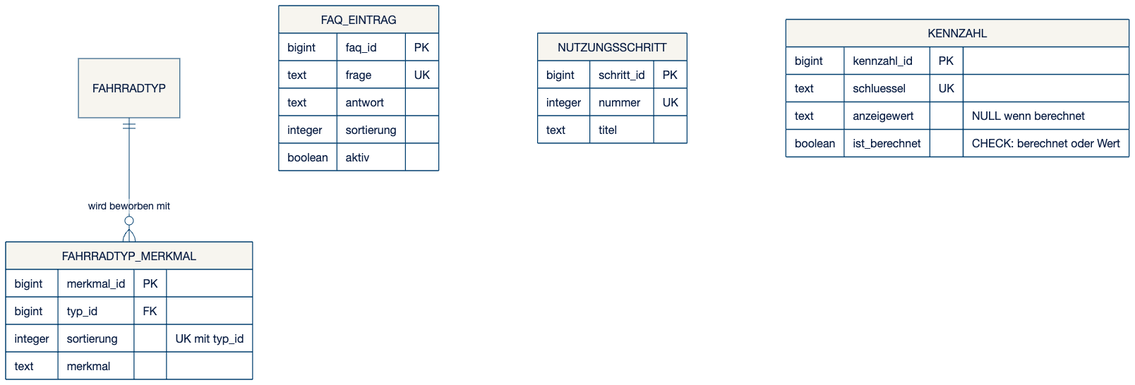
This is slides/assets/rel-f-inhalte.png from swrobuts/velocity-fallstudie, a Mermaid export, as it was before one commit. Its source is kept beside it as doku/datenmodell/erd/rel-f-inhalte.mmd. Its diagram source:
```mermaid
erDiagram
    FAHRRADTYP ||--o{ FAHRRADTYP_MERKMAL : "wird beworben mit"

    FAQ_EINTRAG {
        bigint  faq_id     PK
        text    frage      UK
        text    antwort
        integer sortierung
        boolean aktiv
    }
    NUTZUNGSSCHRITT {
        bigint  schritt_id PK
        integer nummer     UK
        text    titel
    }
    KENNZAHL {
        bigint  kennzahl_id   PK
        text    schluessel    UK
        text    anzeigewert   "NULL wenn berechnet"
        boolean ist_berechnet "CHECK: berechnet oder Wert"
    }
    FAHRRADTYP_MERKMAL {
        bigint  merkmal_id PK
        bigint  typ_id     FK
        integer sortierung "UK mit typ_id"
        text    merkmal
    }
```
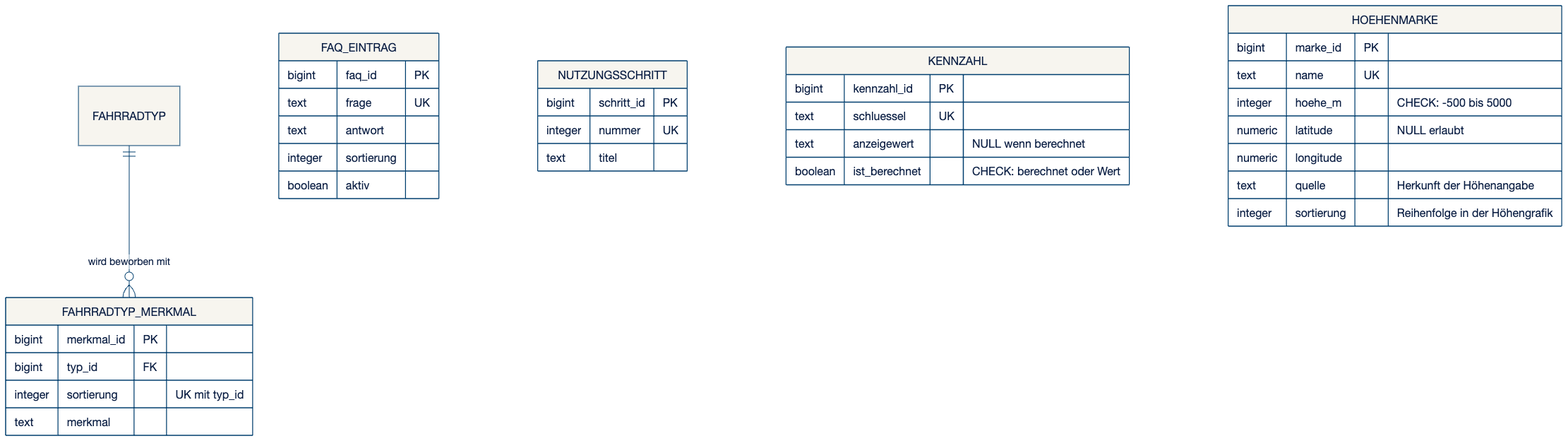
After the change.

Diff of the diagram source:
```diff
@@ -25,3 +25,12 @@
         integer sortierung "UK mit typ_id"
         text    merkmal
     }
+    HOEHENMARKE {
+        bigint  marke_id   PK
+        text    name       UK
+        integer hoehe_m    "CHECK: -500 bis 5000"
+        numeric latitude   "NULL erlaubt"
+        numeric longitude
+        text    quelle     "Herkunft der Höhenangabe"
+        integer sortierung "Reihenfolge in der Höhengrafik"
+    }
```
